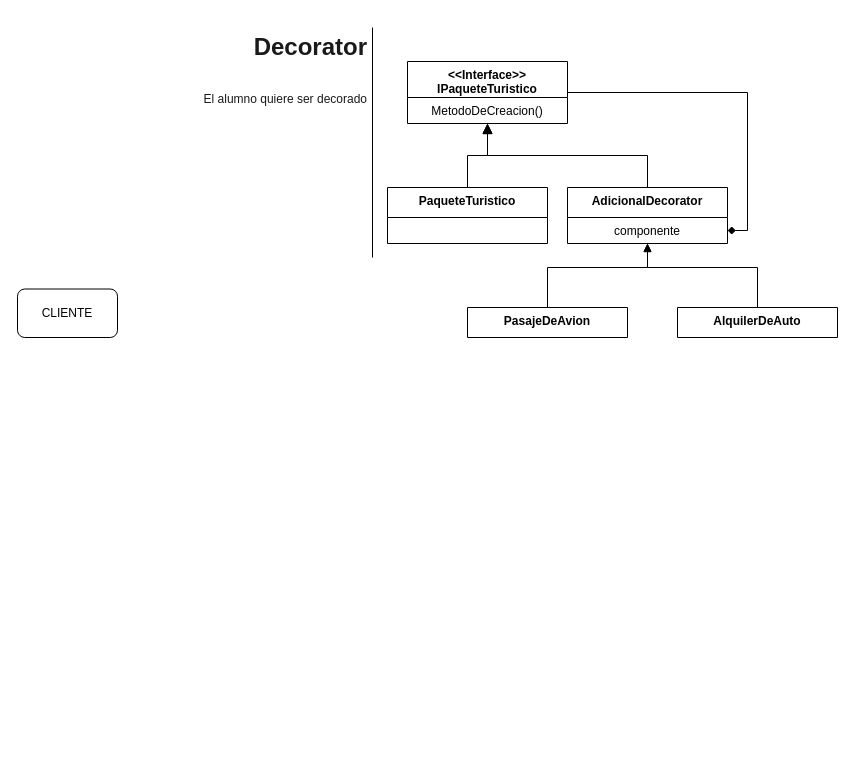
This is page "4 Decorator" (2 of 3) of Clase4.drawio from veroyols/I3007_patrones_de_disenio, a draw.io file, before an edit. Source tidied: cells renumbered, new cells numbered last; positions are measured from the earlier drawing's top-left corner, leaving out a move shared by most shapes. Both pictures are drawn from the tidied source at 100%, with x=0, y=0 at pixel (17, 27).
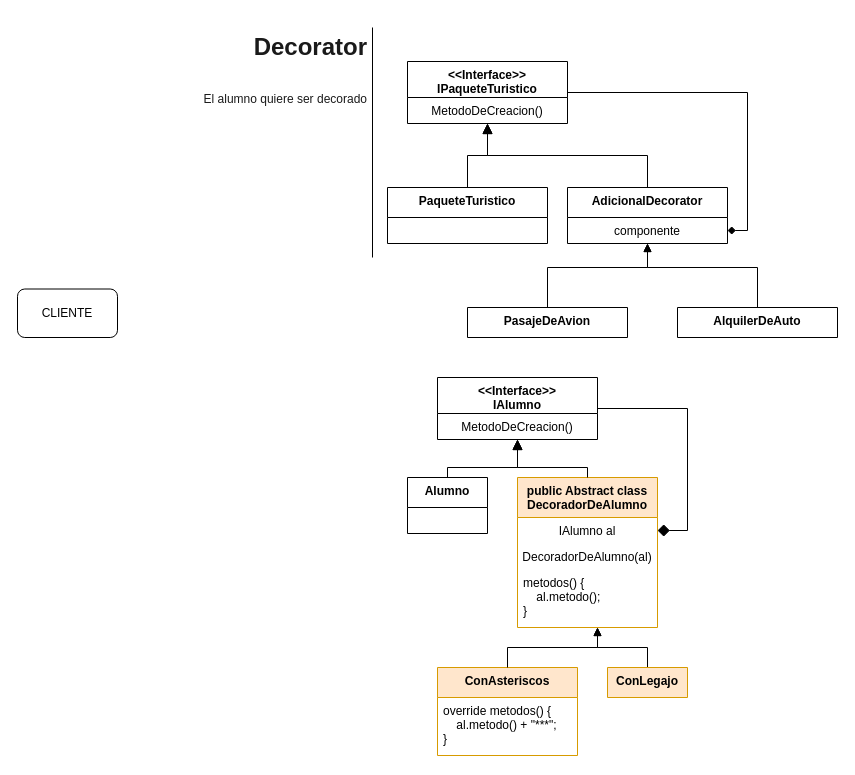
The same page after the edit.

Change to the diagram source:
```diff
@@
+    <mxCell id="17" style="edgeStyle=orthogonalEdgeStyle;rounded=0;jettySize=auto;html=1;entryX=1;entryY=0.5;entryDx=0;entryDy=0;endArrow=diamond;endFill=1;startSize=11;endSize=10;" parent="1" edge="1" source="18" target="21">
+      <mxGeometry relative="1" as="geometry">
+        <Array as="points">
+          <mxPoint x="670" y="381" />
+          <mxPoint x="670" y="503" />
+        </Array>
+      </mxGeometry>
+    </mxCell>
+    <mxCell id="18" value="&lt;&lt;Interface&gt;&gt;&#10;IAlumno" style="swimlane;fontStyle=1;align=center;verticalAlign=top;horizontal=1;startSize=36;" parent="1" vertex="1">
+      <mxGeometry x="420" y="350" width="160" height="62" as="geometry" />
+    </mxCell>
+    <mxCell id="19" value="MetodoDeCreacion()" style="text;strokeColor=none;fillColor=none;align=center;verticalAlign=top;spacingLeft=4;spacingRight=4;overflow=hidden;" parent="18" vertex="1">
+      <mxGeometry y="36" width="160" height="26" as="geometry" />
+    </mxCell>
+    <mxCell id="20" value="public Abstract class &#10;DecoradorDeAlumno" style="swimlane;fontStyle=1;align=center;verticalAlign=top;horizontal=1;startSize=40;fillColor=#ffe6cc;strokeColor=#d79b00;" parent="1" vertex="1">
+      <mxGeometry x="500" y="450" width="140" height="150" as="geometry" />
+    </mxCell>
+    <mxCell id="21" value="IAlumno al" style="text;strokeColor=none;fillColor=none;align=center;verticalAlign=top;spacingLeft=4;spacingRight=4;overflow=hidden;points=[[0,0.5],[1,0.5]];portConstraint=eastwest;" parent="20" vertex="1">
+      <mxGeometry y="40" width="140" height="26" as="geometry" />
+    </mxCell>
+    <mxCell id="22" value="DecoradorDeAlumno(al)" style="text;strokeColor=none;fillColor=none;align=center;verticalAlign=top;spacingLeft=4;spacingRight=4;overflow=hidden;" parent="20" vertex="1">
+      <mxGeometry y="66" width="140" height="26" as="geometry" />
+    </mxCell>
+    <mxCell id="23" value="metodos() {&#10;    al.metodo();&#10;}" style="text;strokeColor=none;fillColor=none;align=left;verticalAlign=top;spacingLeft=4;spacingRight=4;overflow=hidden;" parent="20" vertex="1">
+      <mxGeometry y="92" width="140" height="58" as="geometry" />
+    </mxCell>
+    <mxCell id="24" style="endArrow=block;html=1;endFill=1;endSize=8;edgeStyle=orthogonalEdgeStyle;rounded=0;" parent="1" edge="1" source="20" target="18">
+      <mxGeometry relative="1" as="geometry">
+        <Array as="points">
+          <mxPoint x="570" y="440" />
+          <mxPoint x="500" y="440" />
+        </Array>
+      </mxGeometry>
+    </mxCell>
+    <mxCell id="25" value="Alumno" style="swimlane;fontStyle=1;align=center;verticalAlign=top;horizontal=1;startSize=30;" parent="1" vertex="1">
+      <mxGeometry x="390" y="450" width="80" height="56" as="geometry" />
+    </mxCell>
+    <mxCell id="26" style="endArrow=block;html=1;endFill=1;endSize=8;edgeStyle=orthogonalEdgeStyle;rounded=0;exitX=0.5;exitY=0;exitDx=0;exitDy=0;" parent="1" edge="1" source="25" target="18">
+      <mxGeometry relative="1" as="geometry">
+        <Array as="points">
+          <mxPoint x="430" y="440" />
+          <mxPoint x="500" y="440" />
+        </Array>
+      </mxGeometry>
+    </mxCell>
+    <mxCell id="27" value="ConAsteriscos" style="swimlane;fontStyle=1;align=center;verticalAlign=top;horizontal=1;startSize=30;fillColor=#ffe6cc;strokeColor=#d79b00;" parent="1" vertex="1">
+      <mxGeometry x="420" y="640" width="140" height="88" as="geometry" />
+    </mxCell>
+    <mxCell id="28" value="override metodos() {&#10;    al.metodo() + &quot;***&quot;;&#10;}" style="text;strokeColor=none;fillColor=none;align=left;verticalAlign=top;spacingLeft=4;spacingRight=4;overflow=hidden;" parent="27" vertex="1">
+      <mxGeometry y="30" width="140" height="58" as="geometry" />
+    </mxCell>
+    <mxCell id="29" style="edgeStyle=orthogonalEdgeStyle;rounded=0;jettySize=auto;html=1;endArrow=block;endFill=1;" parent="1" edge="1" source="30" target="20">
+      <mxGeometry relative="1" as="geometry">
+        <Array as="points">
+          <mxPoint x="630" y="620" />
+          <mxPoint x="580" y="620" />
+        </Array>
+      </mxGeometry>
+    </mxCell>
+    <mxCell id="30" value="ConLegajo" style="swimlane;fontStyle=1;align=center;verticalAlign=top;horizontal=1;startSize=56;fillColor=#ffe6cc;strokeColor=#d79b00;" parent="1" vertex="1">
+      <mxGeometry x="590" y="640" width="80" height="30" as="geometry" />
+    </mxCell>
+    <mxCell id="31" style="edgeStyle=orthogonalEdgeStyle;rounded=0;jettySize=auto;html=1;endArrow=block;endFill=1;exitX=0.5;exitY=0;exitDx=0;exitDy=0;" parent="1" edge="1" source="27" target="20">
+      <mxGeometry relative="1" as="geometry">
+        <Array as="points">
+          <mxPoint x="490" y="620" />
+          <mxPoint x="580" y="620" />
+        </Array>
+      </mxGeometry>
+    </mxCell>
```
